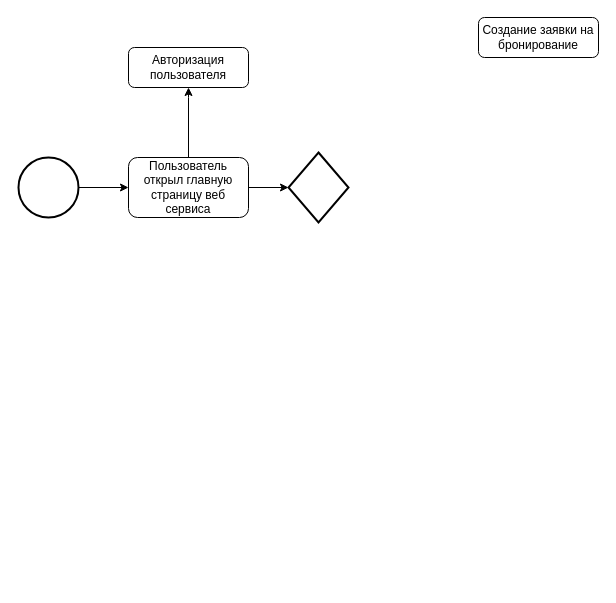
Before: Диаграмма Крутиколеса.drawio in pytonuserouner/UML_study, a draw.io diagram. Source tidied: cells renumbered, new cells numbered last; positions are measured from the earlier drawing's top-left corner, leaving out a move shared by most shapes. Both pictures are drawn from the tidied source at 100%, with x=0, y=0 at pixel (18, 17).
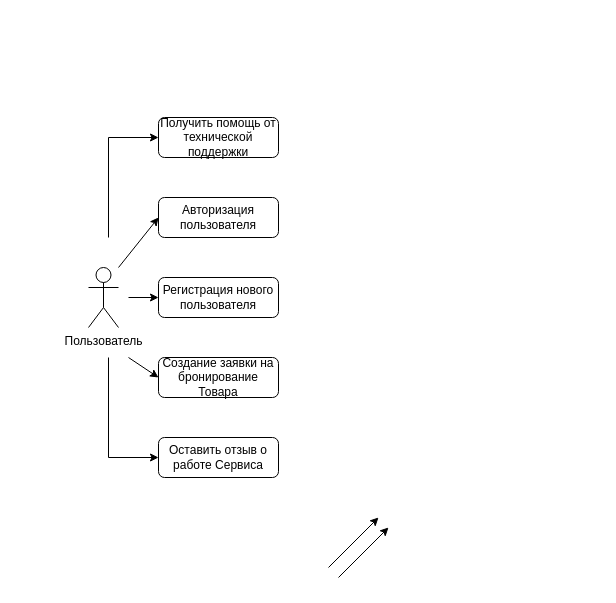
Above is the later version.

Change to the diagram source:
```diff
@@
-    <mxCell id="2" value="Пользователь открыл главную страницу веб сервиса" style="rounded=1;whiteSpace=wrap;html=1;fontSize=12;glass=0;strokeWidth=1;shadow=0;" parent="1" vertex="1">
-      <mxGeometry x="110" y="140" width="120" height="60" as="geometry" />
-    </mxCell>
-    <mxCell id="3" value="Создание заявки на бронирование" style="rounded=1;whiteSpace=wrap;html=1;fontSize=12;glass=0;strokeWidth=1;shadow=0;" parent="1" vertex="1">
-      <mxGeometry x="460" width="120" height="40" as="geometry" />
+    <mxCell id="3" value="Создание заявки на бронирование Товара" style="rounded=1;whiteSpace=wrap;html=1;fontSize=12;glass=0;strokeWidth=1;shadow=0;" parent="1" vertex="1">
+      <mxGeometry x="140" y="340" width="120" height="40" as="geometry" />
     </mxCell>
-    <mxCell id="4" style="endArrow=classic;html=1;rounded=0;exitX=0.5;exitY=0;exitDx=0;exitDy=0;" parent="1" edge="1" source="2">
-      <mxGeometry relative="1" as="geometry">
-        <mxPoint x="170" y="70" as="targetPoint" />
-        <Array as="points">
-          <mxPoint x="170" y="80" />
-          <mxPoint x="170" y="70" />
-        </Array>
-      </mxGeometry>
-    </mxCell>
-    <mxCell id="5" style="endArrow=classic;html=1;rounded=0;entryX=0;entryY=0.5;entryDx=0;entryDy=0;entryPerimeter=0;" parent="1" edge="1" source="2" target="6">
-      <mxGeometry relative="1" as="geometry" />
-    </mxCell>
-    <mxCell id="6" style="strokeWidth=2;html=1;shape=mxgraph.flowchart.decision;whiteSpace=wrap;" parent="1" vertex="1">
-      <mxGeometry x="270" y="135" width="60" height="70" as="geometry" />
-    </mxCell>
-    <mxCell id="7" style="strokeWidth=2;html=1;shape=mxgraph.flowchart.start_2;whiteSpace=wrap;" parent="1" vertex="1">
-      <mxGeometry y="140" width="60" height="60" as="geometry" />
-    </mxCell>
-    <mxCell id="8" style="endArrow=classic;html=1;rounded=0;entryX=0;entryY=0.5;entryDx=0;entryDy=0;exitX=1;exitY=0.5;exitDx=0;exitDy=0;exitPerimeter=0;" parent="1" edge="1" source="7" target="2">
-      <mxGeometry relative="1" as="geometry" />
-    </mxCell>
     <mxCell id="9" value="Авторизация пользователя" style="rounded=1;whiteSpace=wrap;html=1;" parent="1" vertex="1">
-      <mxGeometry x="110" y="30" width="120" height="40" as="geometry" />
+      <mxGeometry x="140" y="180" width="120" height="40" as="geometry" />
     </mxCell>
+    <mxCell id="10" value="Регистрация нового пользователя" style="rounded=1;whiteSpace=wrap;html=1;fontSize=12;glass=0;strokeWidth=1;shadow=0;" parent="1" vertex="1">
+      <mxGeometry x="140" y="260" width="120" height="40" as="geometry" />
+    </mxCell>
+    <mxCell id="11" value="Пользователь" style="shape=umlActor;verticalLabelPosition=bottom;verticalAlign=top;html=1;" parent="1" vertex="1">
+      <mxGeometry x="70" y="250" width="30" height="60" as="geometry" />
+    </mxCell>
+    <mxCell id="12" style="endArrow=classic;html=1;rounded=0;entryX=0;entryY=0.5;entryDx=0;entryDy=0;" parent="1" edge="1" target="9">
+      <mxGeometry relative="1" as="geometry">
+        <mxPoint x="100" y="250" as="sourcePoint" />
+      </mxGeometry>
+    </mxCell>
+    <mxCell id="13" style="endArrow=classic;html=1;rounded=0;entryX=0;entryY=0.5;entryDx=0;entryDy=0;" parent="1" edge="1" target="10">
+      <mxGeometry relative="1" as="geometry">
+        <mxPoint x="110" y="280" as="sourcePoint" />
+      </mxGeometry>
+    </mxCell>
+    <mxCell id="14" style="endArrow=classic;html=1;rounded=0;" parent="1" edge="1">
+      <mxGeometry relative="1" as="geometry">
+        <mxPoint x="110" y="340" as="sourcePoint" />
+        <mxPoint x="140" y="360" as="targetPoint" />
+      </mxGeometry>
+    </mxCell>
+    <mxCell id="15" style="endArrow=classic;html=1;rounded=0;entryX=0;entryY=0.5;entryDx=0;entryDy=0;" parent="1" edge="1" target="19">
+      <mxGeometry relative="1" as="geometry">
+        <mxPoint x="90" y="220" as="sourcePoint" />
+        <Array as="points">
+          <mxPoint x="90" y="120" />
+        </Array>
+      </mxGeometry>
+    </mxCell>
+    <mxCell id="16" style="endArrow=classic;html=1;rounded=0;" parent="1" edge="1">
+      <mxGeometry relative="1" as="geometry">
+        <mxPoint x="90" y="340" as="sourcePoint" />
+        <mxPoint x="140" y="440" as="targetPoint" />
+        <Array as="points">
+          <mxPoint x="90" y="440" />
+        </Array>
+      </mxGeometry>
+    </mxCell>
+    <mxCell id="17" style="endArrow=classic;html=1;rounded=0;" parent="1" edge="1">
+      <mxGeometry relative="1" as="geometry">
+        <mxPoint x="310" y="550" as="sourcePoint" />
+        <mxPoint x="360" y="500" as="targetPoint" />
+      </mxGeometry>
+    </mxCell>
+    <mxCell id="18" style="endArrow=classic;html=1;rounded=0;" parent="1" edge="1">
+      <mxGeometry relative="1" as="geometry">
+        <mxPoint x="320" y="560" as="sourcePoint" />
+        <mxPoint x="370" y="510" as="targetPoint" />
+      </mxGeometry>
+    </mxCell>
+    <mxCell id="19" value="Получить помощь от технической поддержки" style="rounded=1;whiteSpace=wrap;html=1;" parent="1" vertex="1">
+      <mxGeometry x="140" y="100" width="120" height="40" as="geometry" />
+    </mxCell>
+    <mxCell id="20" value="Оставить отзыв о работе Сервиса" style="rounded=1;whiteSpace=wrap;html=1;" parent="1" vertex="1">
+      <mxGeometry x="140" y="420" width="120" height="40" as="geometry" />
+    </mxCell>
```
